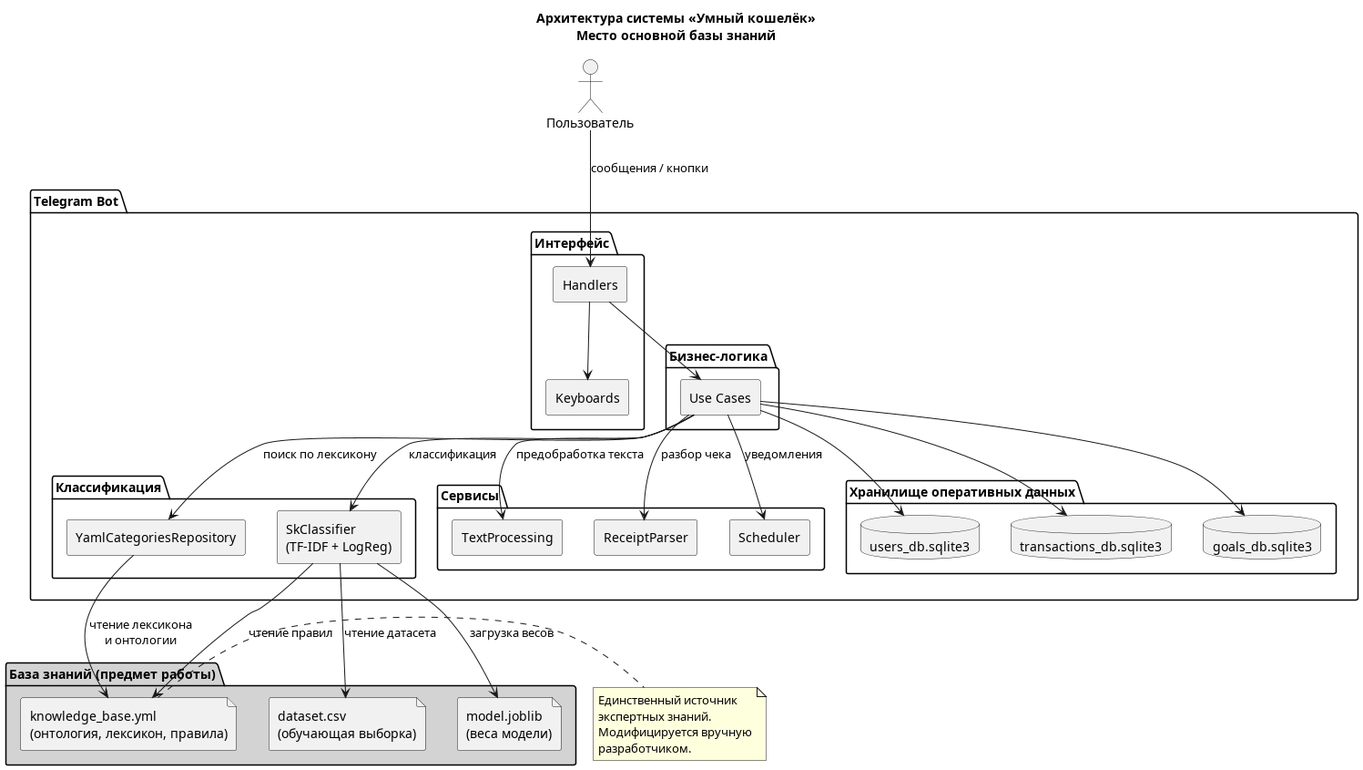
This is out/diagrams/component_knowledge_base/component_knowledge_base.png from dekada314/SmartWallet, a PlantUML export, as it was before one commit. The source it was exported from:
```plantuml
@startuml
skinparam componentStyle rectangle
skinparam defaultFontName Arial
skinparam backgroundColor white

title Архитектура системы «Умный кошелёк»\nМесто основной базы знаний

actor "Пользователь" as User

package "Telegram Bot" {

    package "Интерфейс" {
        [Handlers] as H
        [Keyboards] as K
    }

    package "Бизнес-логика" {
        [Use Cases] as UC
    }

    package "Классификация" {
        [YamlCategoriesRepository] as YCR
        [SkClassifier\n(TF-IDF + LogReg)] as ML
    }

    package "Сервисы" {
        [TextProcessing] as TP
        [ReceiptParser] as RP
        [Scheduler] as SC
    }

    package "Хранилище оперативных данных" {
        database "users_db.sqlite3" as UDB
        database "transactions_db.sqlite3" as TDB
        database "goals_db.sqlite3" as GDB
    }
}

package "База знаний (предмет работы)" #LightGray {
    file "knowledge_base.yml\n(онтология, лексикон, правила)" as KB
    file "dataset.csv\n(обучающая выборка)" as DS
    file "model.joblib\n(веса модели)" as MJ
}

User --> H : сообщения / кнопки
H --> UC
H --> K
UC --> YCR : поиск по лексикону
UC --> ML : классификация
UC --> TP : предобработка текста
UC --> RP : разбор чека
UC --> SC : уведомления
UC --> UDB
UC --> TDB
UC --> GDB

YCR --> KB : чтение лексикона\nи онтологии
ML --> KB : чтение правил
ML --> DS : чтение датасета
ML --> MJ : загрузка весов

note right of KB
  Единственный источник
  экспертных знаний.
  Модифицируется вручную
  разработчиком.
end note

@enduml
```
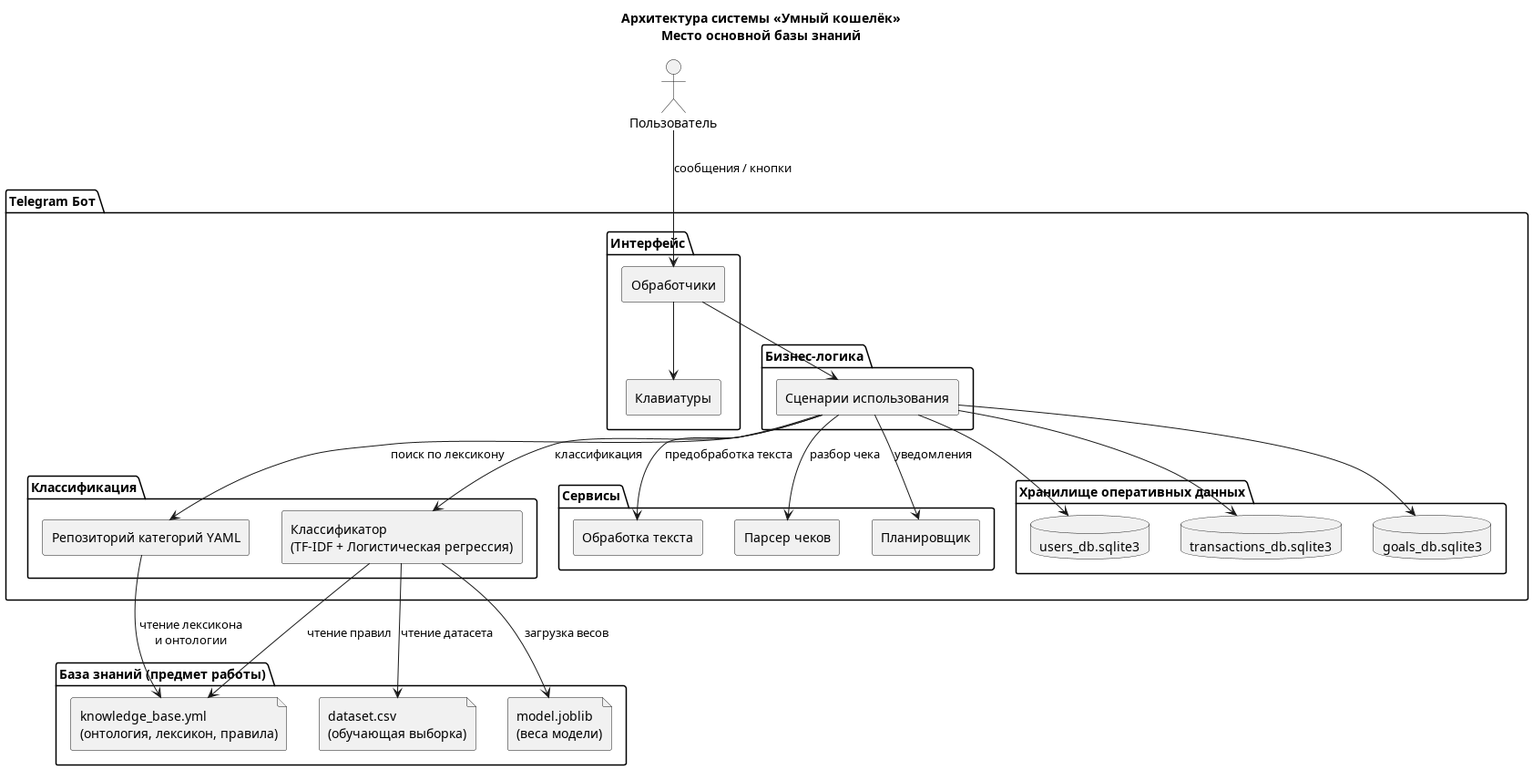
Later version of the same file.

Diff of the diagram source:
```diff
@@ -7,63 +7,56 @@
 
 actor "Пользователь" as User
 
-package "Telegram Bot" {
+package "Telegram Бот" {
 
     package "Интерфейс" {
-        [Handlers] as H
-        [Keyboards] as K
+        [Обработчики] as Handlers
+        [Клавиатуры] as Keyboards
     }
 
     package "Бизнес-логика" {
-        [Use Cases] as UC
+        [Сценарии использования] as UseCases
     }
 
     package "Классификация" {
-        [YamlCategoriesRepository] as YCR
-        [SkClassifier\n(TF-IDF + LogReg)] as ML
+        [Репозиторий категорий YAML] as YamlCategoriesRepository
+        [Классификатор\n(TF-IDF + Логистическая регрессия)] as SkClassifier
     }
 
     package "Сервисы" {
-        [TextProcessing] as TP
-        [ReceiptParser] as RP
-        [Scheduler] as SC
+        [Обработка текста] as TextProcessing
+        [Парсер чеков] as ReceiptParser
+        [Планировщик] as Scheduler
     }
 
     package "Хранилище оперативных данных" {
-        database "users_db.sqlite3" as UDB
-        database "transactions_db.sqlite3" as TDB
-        database "goals_db.sqlite3" as GDB
+        database "users_db.sqlite3" as UserDB
+        database "transactions_db.sqlite3" as TransactionDB
+        database "goals_db.sqlite3" as GoalDB
     }
 }
 
-package "База знаний (предмет работы)" #LightGray {
-    file "knowledge_base.yml\n(онтология, лексикон, правила)" as KB
-    file "dataset.csv\n(обучающая выборка)" as DS
-    file "model.joblib\n(веса модели)" as MJ
+package "База знаний (предмет работы)" {
+    file "knowledge_base.yml\n(онтология, лексикон, правила)" as KnowledgeBase
+    file "dataset.csv\n(обучающая выборка)" as Dataset
+    file "model.joblib\n(веса модели)" as Model
 }
 
-User --> H : сообщения / кнопки
-H --> UC
-H --> K
-UC --> YCR : поиск по лексикону
-UC --> ML : классификация
-UC --> TP : предобработка текста
-UC --> RP : разбор чека
-UC --> SC : уведомления
-UC --> UDB
-UC --> TDB
-UC --> GDB
+User --> Handlers : сообщения / кнопки
+Handlers --> UseCases
+Handlers --> Keyboards
+UseCases --> YamlCategoriesRepository : поиск по лексикону
+UseCases --> SkClassifier : классификация
+UseCases --> TextProcessing : предобработка текста
+UseCases --> ReceiptParser : разбор чека
+UseCases --> Scheduler : уведомления
+UseCases --> UserDB
+UseCases --> TransactionDB
+UseCases --> GoalDB
 
-YCR --> KB : чтение лексикона\nи онтологии
-ML --> KB : чтение правил
-ML --> DS : чтение датасета
-ML --> MJ : загрузка весов
-
-note right of KB
-  Единственный источник
-  экспертных знаний.
-  Модифицируется вручную
-  разработчиком.
-end note
+YamlCategoriesRepository --> KnowledgeBase : чтение лексикона\nи онтологии
+SkClassifier --> KnowledgeBase : чтение правил
+SkClassifier --> Dataset : чтение датасета
+SkClassifier --> Model : загрузка весов
 
 @enduml
```
